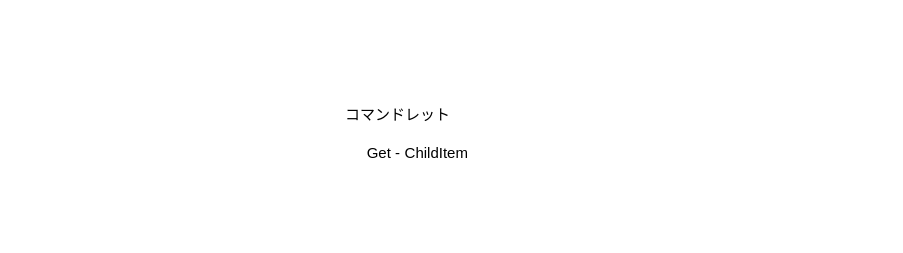
reizo0901/drawio keeps this draw.io diagram as PowerShell教材.drawio. Above is the earlier version. Source tidied: cells renumbered, new cells numbered last; positions are measured from the earlier drawing's top-left corner, leaving out a move shared by most shapes. Both pictures are drawn from the tidied source at 125%, with x=0, y=0 at pixel (341, 96).
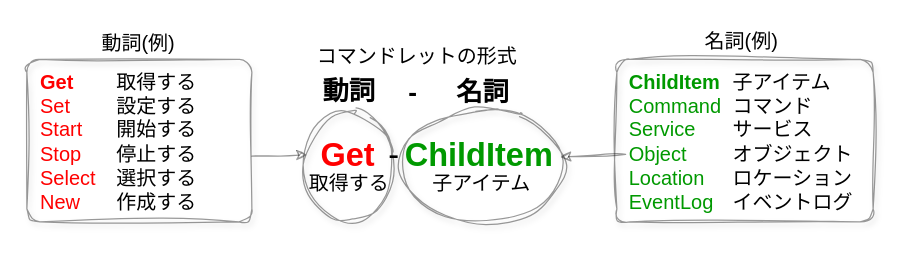
The same page after the edit.

Commit message:
PowerShell教材.drawio を更新します

Change to the diagram source:
```diff
@@
+    <mxCell id="6" style="group;" parent="1" vertex="1">
+      <mxGeometry x="-252" y="-60" width="677" height="162" as="geometry" />
+    </mxCell>
+    <mxCell id="7" style="ellipse;whiteSpace=wrap;html=1;fillColor=none;sketch=1;curveFitting=1;jiggle=2;opacity=40;shadow=1;" parent="6" vertex="1">
+      <mxGeometry x="222" y="71" width="71" height="89" as="geometry" />
+    </mxCell>
+    <mxCell id="8" style="ellipse;whiteSpace=wrap;html=1;fillColor=none;sketch=1;curveFitting=1;jiggle=2;opacity=40;shadow=1;" parent="6" vertex="1">
+      <mxGeometry x="299" y="70" width="131" height="90" as="geometry" />
+    </mxCell>
+    <mxCell id="9" style="rounded=1;whiteSpace=wrap;html=1;arcSize=8;fillColor=none;sketch=1;curveFitting=1;jiggle=2;opacity=40;shadow=1;" parent="6" vertex="1">
+      <mxGeometry x="472" y="30" width="205" height="130" as="geometry" />
+    </mxCell>
+    <mxCell id="10" style="rounded=1;whiteSpace=wrap;html=1;arcSize=8;fillColor=none;sketch=1;curveFitting=1;jiggle=2;opacity=40;shadow=1;" parent="6" vertex="1">
+      <mxGeometry y="30" width="180" height="130" as="geometry" />
+    </mxCell>
-    <mxCell id="2" value="Get" style="text;html=1;align=center;verticalAlign=middle;whiteSpace=wrap;rounded=0;" parent="1" vertex="1">
-      <mxGeometry y="30" width="60" height="30" as="geometry" />
+    <mxCell id="2" value="Get" style="text;html=1;align=center;verticalAlign=middle;whiteSpace=wrap;rounded=0;fontSize=26;fontFamily=Helvetica;fontColor=#ff0000;fontStyle=1;" parent="6" vertex="1">
+      <mxGeometry x="242" y="92" width="30" height="30" as="geometry" />
     </mxCell>
-    <mxCell id="3" value="-" style="text;html=1;align=center;verticalAlign=middle;whiteSpace=wrap;rounded=0;" parent="1" vertex="1">
-      <mxGeometry x="15" y="30" width="60" height="30" as="geometry" />
+    <mxCell id="3" value="-" style="text;html=1;align=center;verticalAlign=middle;whiteSpace=wrap;rounded=0;fontSize=26;fontFamily=Helvetica;" parent="6" vertex="1">
+      <mxGeometry x="289" y="92" width="10" height="30" as="geometry" />
     </mxCell>
-    <mxCell id="4" value="ChildItem" style="text;html=1;align=center;verticalAlign=middle;whiteSpace=wrap;rounded=0;" parent="1" vertex="1">
-      <mxGeometry x="46" y="30" width="60" height="30" as="geometry" />
+    <mxCell id="4" value="ChildItem" style="text;html=1;align=center;verticalAlign=middle;whiteSpace=wrap;rounded=0;fontSize=26;fontFamily=Helvetica;fontColor=#009900;fontStyle=1;" parent="6" vertex="1">
+      <mxGeometry x="332" y="92" width="60" height="30" as="geometry" />
     </mxCell>
-    <mxCell id="5" value="コマンドレット" style="text;html=1;align=center;verticalAlign=middle;whiteSpace=wrap;rounded=0;" parent="1" vertex="1">
-      <mxGeometry width="90" height="30" as="geometry" />
-    </mxCell>
+    <mxCell id="11" value="名詞" style="text;html=1;align=center;verticalAlign=middle;whiteSpace=wrap;rounded=0;fontSize=21;fontFamily=Helvetica;fontStyle=1;" parent="6" vertex="1">
+      <mxGeometry x="334.5" y="41" width="60" height="30" as="geometry" />
+    </mxCell>
+    <mxCell id="12" value="動詞" style="text;html=1;align=center;verticalAlign=middle;whiteSpace=wrap;rounded=0;fontSize=21;fontFamily=Helvetica;fontStyle=1;" parent="6" vertex="1">
+      <mxGeometry x="235" y="40" width="46" height="30" as="geometry" />
+    </mxCell>
+    <mxCell id="13" value="&lt;b&gt;Get&lt;/b&gt;&lt;div&gt;Set&lt;/div&gt;&lt;div&gt;Start&lt;/div&gt;&lt;div&gt;Stop&lt;/div&gt;&lt;div&gt;Select&lt;/div&gt;&lt;div style=&quot;&quot;&gt;New&lt;/div&gt;" style="text;html=1;align=left;verticalAlign=top;whiteSpace=wrap;rounded=0;fontSize=16;fontFamily=Helvetica;fontColor=#ff0000;fontStyle=0;" parent="6" vertex="1">
+      <mxGeometry x="9" y="32" width="50" height="130" as="geometry" />
+    </mxCell>
+    <mxCell id="14" value="取得する&lt;div&gt;設定する&lt;/div&gt;&lt;div&gt;開始する&lt;/div&gt;&lt;div&gt;停止する&lt;/div&gt;&lt;div&gt;選択する&lt;/div&gt;&lt;div&gt;作成&lt;span style=&quot;background-color: initial;&quot;&gt;する&lt;/span&gt;&lt;/div&gt;" style="text;html=1;align=left;verticalAlign=top;whiteSpace=wrap;rounded=0;fontSize=16;fontFamily=Helvetica;" parent="6" vertex="1">
+      <mxGeometry x="70" y="32" width="110" height="120" as="geometry" />
+    </mxCell>
+    <mxCell id="15" value="&lt;b&gt;ChildItem&lt;/b&gt;&lt;div&gt;Command&lt;br&gt;&lt;div&gt;Service&lt;/div&gt;&lt;div&gt;Object&lt;/div&gt;&lt;div&gt;Location&lt;/div&gt;&lt;div&gt;EventLog&lt;/div&gt;&lt;/div&gt;" style="text;html=1;align=left;verticalAlign=top;whiteSpace=wrap;rounded=0;fontSize=16;fontFamily=Helvetica;fontColor=#009900;fontStyle=0;" parent="6" vertex="1">
+      <mxGeometry x="480" y="32" width="80" height="130" as="geometry" />
+    </mxCell>
+    <mxCell id="16" value="子アイテム&lt;div&gt;コマンド&lt;br&gt;&lt;div&gt;サービス&lt;/div&gt;&lt;div&gt;オブジェクト&lt;/div&gt;&lt;div&gt;ロケーション&lt;/div&gt;&lt;div&gt;イベントログ&lt;/div&gt;&lt;/div&gt;" style="text;html=1;align=left;verticalAlign=top;whiteSpace=wrap;rounded=0;fontSize=16;fontFamily=Helvetica;" parent="6" vertex="1">
+      <mxGeometry x="563" y="32" width="110" height="130" as="geometry" />
+    </mxCell>
+    <mxCell id="17" style="endArrow=classic;html=1;rounded=0;sketch=1;curveFitting=1;jiggle=2;opacity=40;" parent="6" edge="1">
+      <mxGeometry relative="1" as="geometry">
+        <mxPoint x="180" y="107.4" as="sourcePoint" />
+        <mxPoint x="224" y="106.4" as="targetPoint" />
+      </mxGeometry>
+    </mxCell>
+    <mxCell id="18" style="endArrow=classic;html=1;rounded=0;sketch=1;curveFitting=1;jiggle=2;opacity=40;" parent="6" edge="1">
+      <mxGeometry relative="1" as="geometry">
+        <mxPoint x="479" y="106" as="sourcePoint" />
+        <mxPoint x="427" y="108" as="targetPoint" />
+      </mxGeometry>
+    </mxCell>
+    <mxCell id="19" value="動詞(例)" style="text;html=1;align=center;verticalAlign=middle;whiteSpace=wrap;rounded=0;fontSize=16;" parent="6" vertex="1">
+      <mxGeometry x="45" y="2" width="89" height="30" as="geometry" />
+    </mxCell>
+    <mxCell id="20" value="名詞(例)" style="text;html=1;align=center;verticalAlign=middle;whiteSpace=wrap;rounded=0;fontSize=16;" parent="6" vertex="1">
+      <mxGeometry x="532" width="80" height="30" as="geometry" />
+    </mxCell>
+    <mxCell id="21" value="-" style="text;html=1;align=center;verticalAlign=middle;whiteSpace=wrap;rounded=0;fontSize=21;fontFamily=Helvetica;fontStyle=1;" parent="6" vertex="1">
+      <mxGeometry x="286" y="41" width="46" height="30" as="geometry" />
+    </mxCell>
+    <mxCell id="22" value="子アイテム" style="text;html=1;align=center;verticalAlign=middle;whiteSpace=wrap;rounded=0;fontSize=16;fontFamily=Helvetica;fontStyle=0;" parent="6" vertex="1">
+      <mxGeometry x="309" y="114" width="110" height="30" as="geometry" />
+    </mxCell>
+    <mxCell id="23" value="取得する" style="text;html=1;align=center;verticalAlign=middle;whiteSpace=wrap;rounded=0;fontSize=16;fontFamily=Helvetica;fontStyle=0;" parent="6" vertex="1">
+      <mxGeometry x="214" y="114" width="88" height="30" as="geometry" />
+    </mxCell>
+    <mxCell id="24" value="コマンドレットの形式" style="text;html=1;align=center;verticalAlign=middle;whiteSpace=wrap;rounded=0;fontSize=16;fontFamily=Helvetica;fontStyle=0;" parent="6" vertex="1">
+      <mxGeometry x="189" y="12" width="247" height="30" as="geometry" />
+    </mxCell>
```
